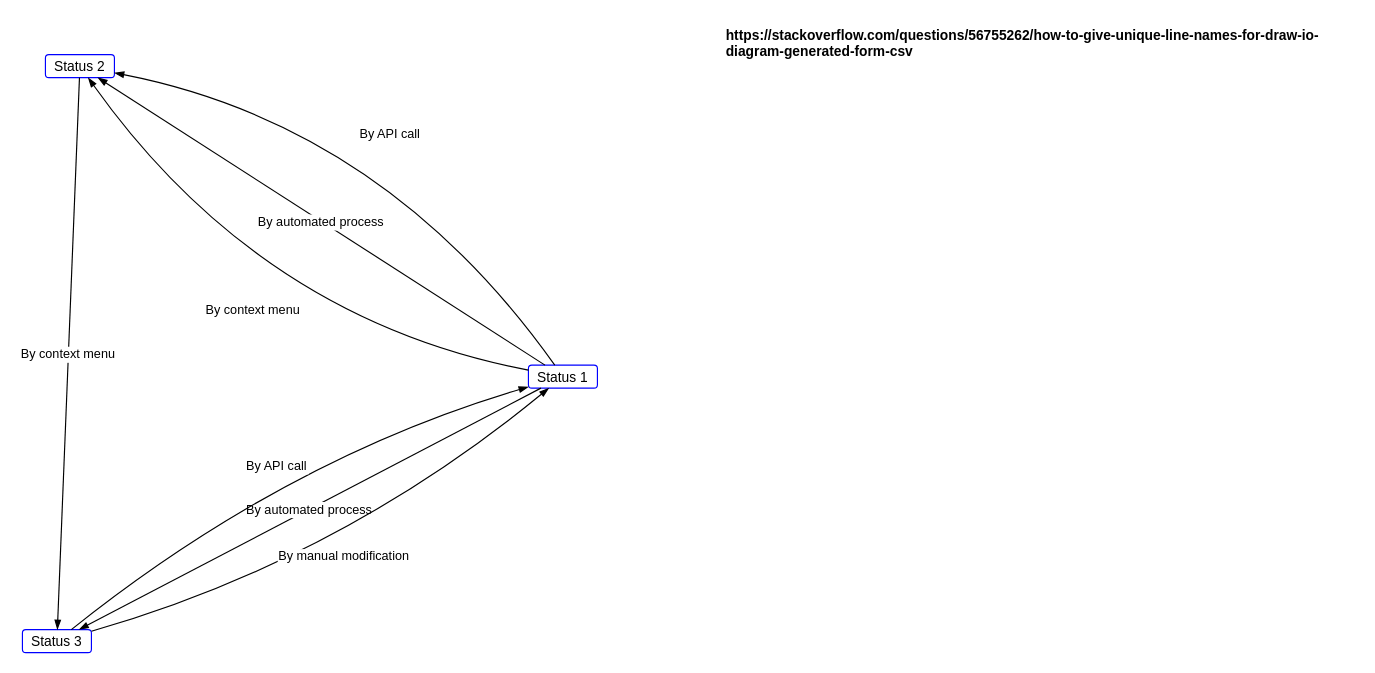
Before: Untitled Diagram.drawio in sho-portfolio/dataflow-drawio, a draw.io diagram. Source tidied: cells renumbered, new cells numbered last; positions are measured from the earlier drawing's top-left corner, leaving out a move shared by most shapes. Both pictures are drawn from the tidied source at 115%, with x=0, y=0 at pixel (22, 20).
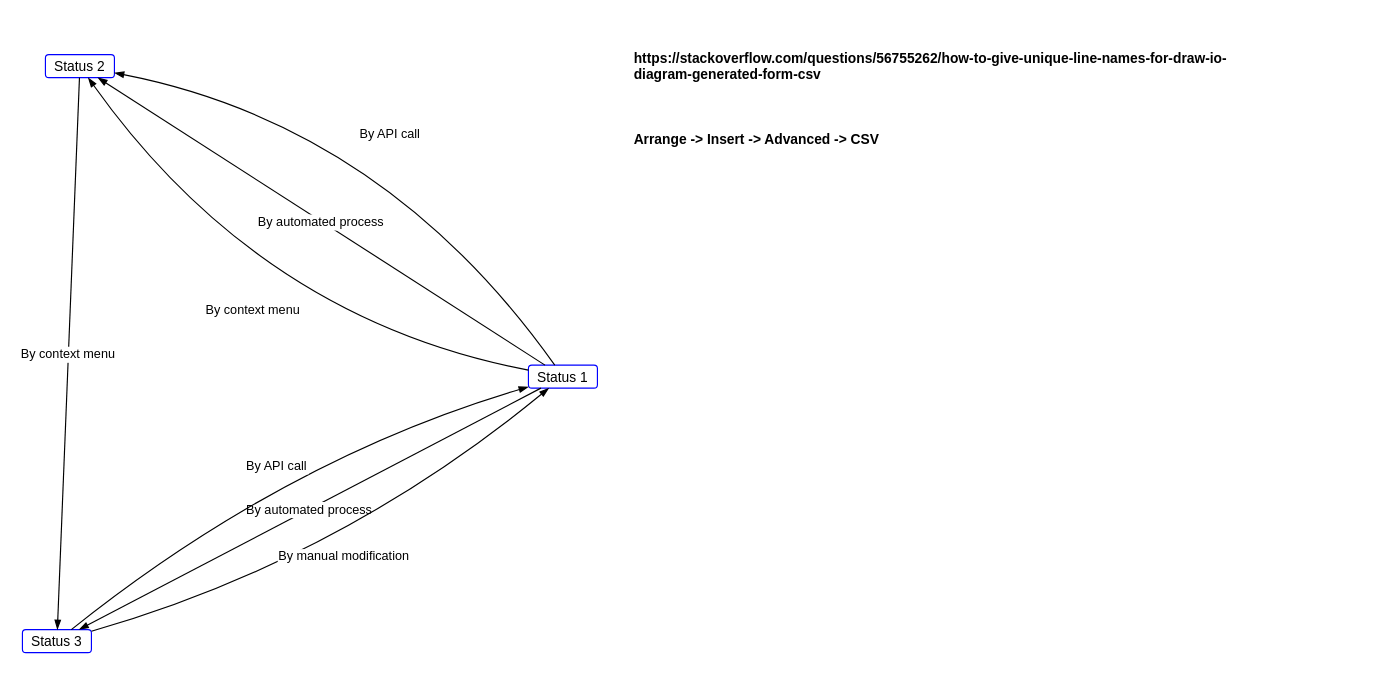
The same page after the edit.

Diff of the diagram source:
```diff
@@
     <mxCell id="12" value="https://stackoverflow.com/questions/56755262/how-to-give-unique-line-names-for-draw-io-diagram-generated-form-csv" style="text;whiteSpace=wrap;html=1;fontStyle=1;" parent="1" vertex="1">
-      <mxGeometry x="610" width="550" height="40" as="geometry" />
+      <mxGeometry x="530" y="20" width="550" height="40" as="geometry" />
     </mxCell>
+    <mxCell id="13" value="Arrange -&amp;gt; Insert -&amp;gt; Advanced -&amp;gt; CSV" style="text;whiteSpace=wrap;html=1;fontStyle=1;" parent="1" vertex="1">
+      <mxGeometry x="530" y="90" width="550" height="40" as="geometry" />
+    </mxCell>
```
